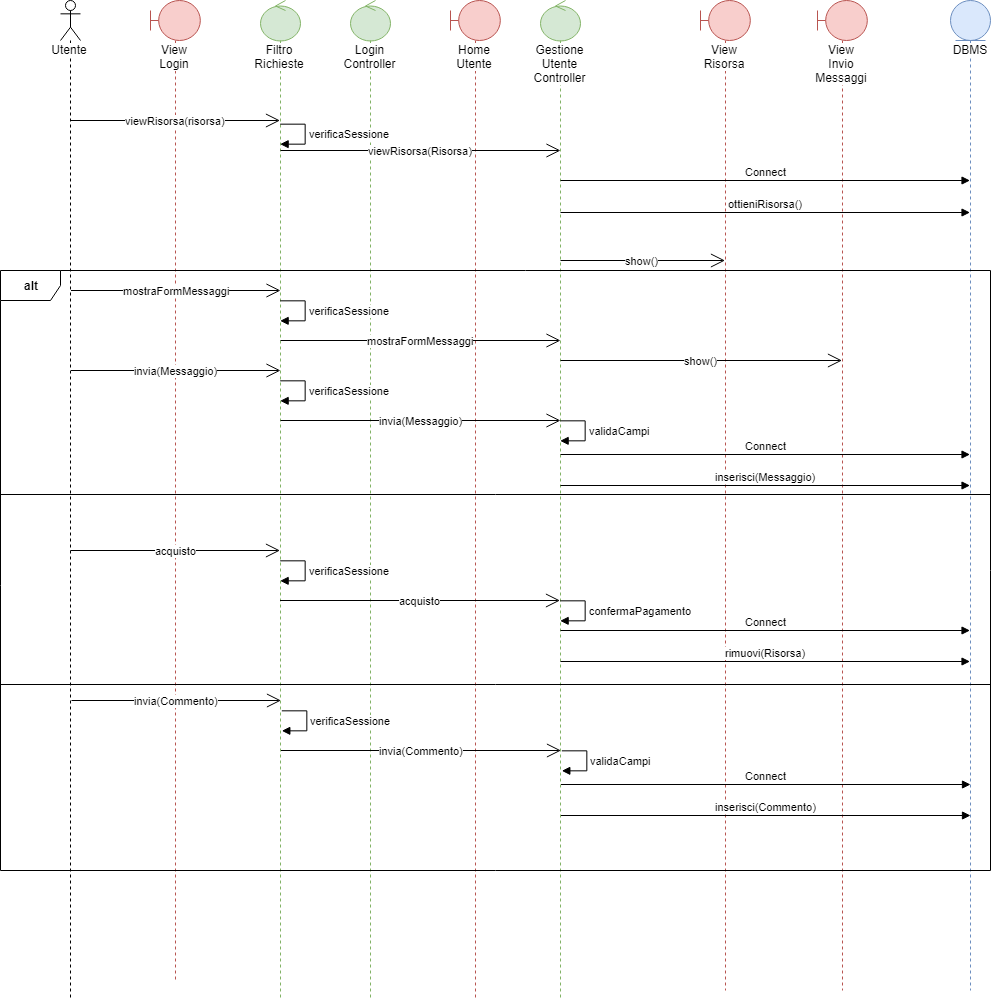
This is Relazione quasi completa/sdRisorsa.png from SundavarBlaka/Alexandria, a draw.io export, as it was before one commit. Source tidied: cells renumbered, new cells last; positions are measured from the earlier drawing's top-left corner, leaving out a move shared by most shapes.
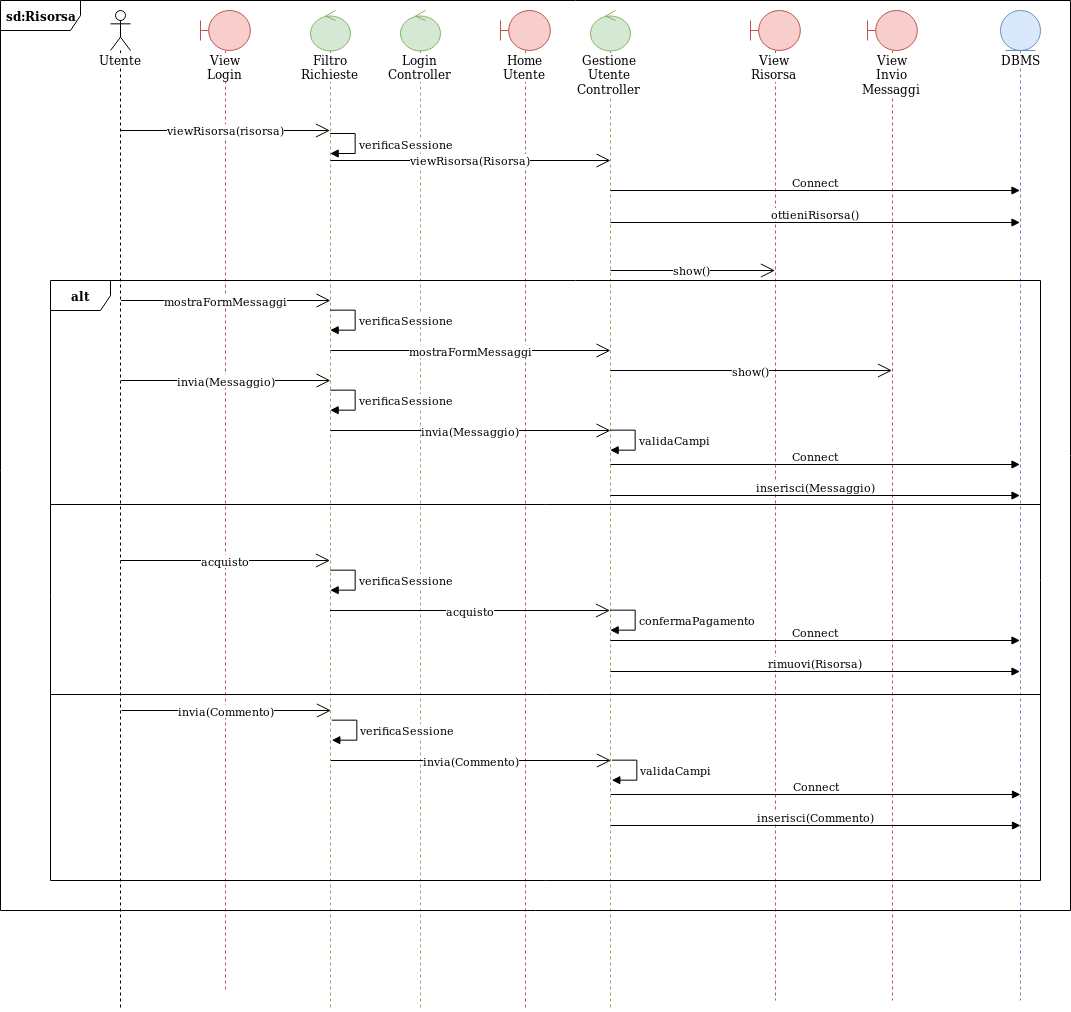
Above is the later version.

The edit, as a diff of the source:
```diff
@@ -226,5 +226,8 @@
     <mxCell id="41" style="line;strokeWidth=1;fillColor=none;align=left;verticalAlign=middle;spacingTop=-1;spacingLeft=3;spacingRight=3;labelPosition=right;" parent="1" vertex="1">
       <mxGeometry y="680" width="990" height="8" as="geometry" />
     </mxCell>
+    <mxCell id="42" value="&lt;b&gt;sd:Risorsa&lt;/b&gt;" style="shape=umlFrame;whiteSpace=wrap;html=1;width=80;height=30;" parent="1" vertex="1">
+      <mxGeometry x="-50" y="-10" width="1070" height="910" as="geometry" />
+    </mxCell>
   </root>
 </mxGraphModel>
```
